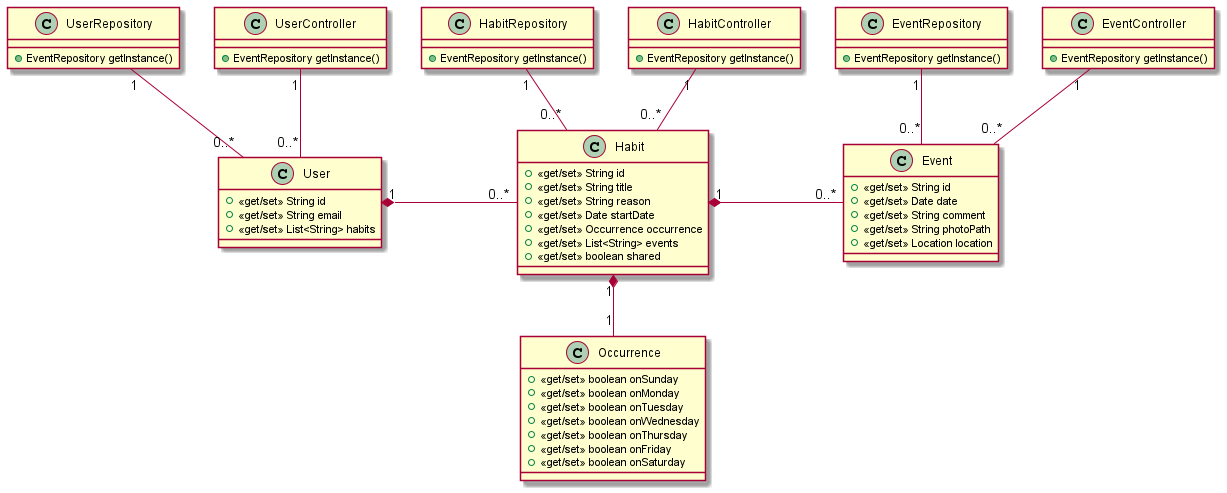
Before: doc/model_basic.png, a diagram exported from PlantUML (CMPUT301F21T22/Nabu).
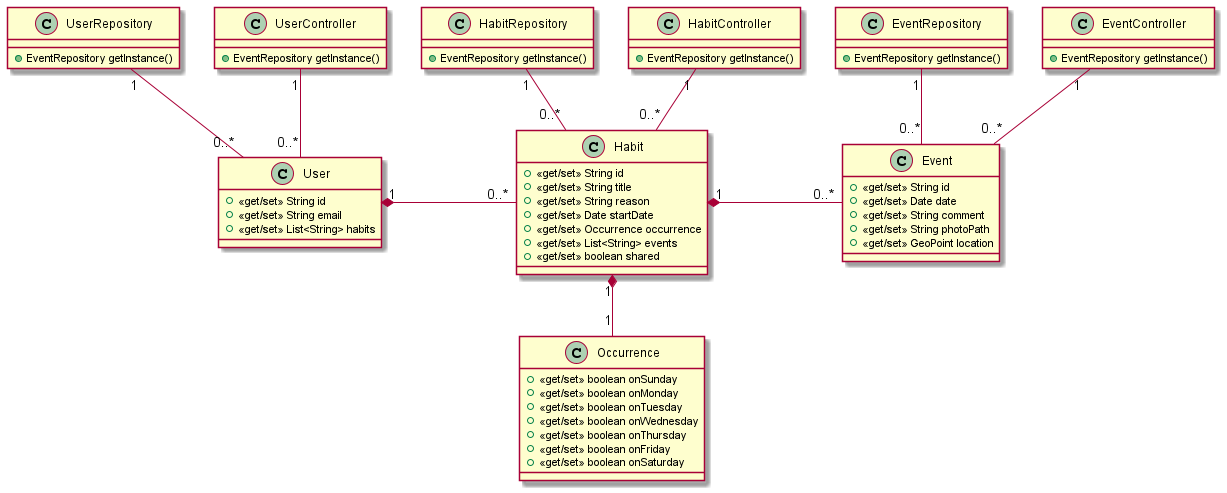
Above is the later version.

Diff of the diagram source:
```diff
@@ -45,9 +45,8 @@
     +<<get/set>> Date date
     +<<get/set>> String comment
     +<<get/set>> String photoPath
-    +<<get/set>> Location location
+    +<<get/set>> GeoPoint location
 }
-
 
 class Occurrence {
     +<<get/set>> boolean onSunday
```
